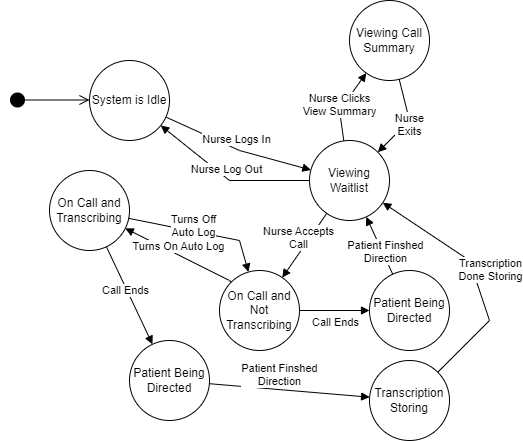
The draw.io diagram OliverWork/Milestone2/HotlineNurseStateDiagram.drawio.png in SENG-350-2024-fall/Team9, before a commit. Source tidied: cells renumbered, new cells last; positions are measured from the earlier drawing's top-left corner, leaving out a move shared by most shapes.
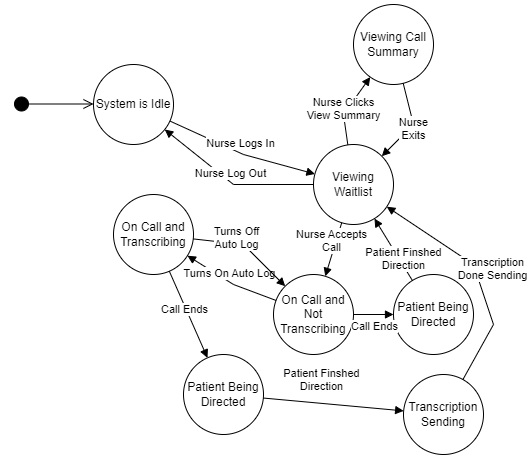
After the change.

Change to the diagram source:
```diff
@@ -23,13 +23,13 @@
       <mxGeometry x="300" y="140" width="80" height="80" as="geometry" />
     </mxCell>
     <mxCell id="6" value="On Call and Not Transcribing" style="ellipse;whiteSpace=wrap;html=1;" parent="1" vertex="1">
-      <mxGeometry x="210" y="270" width="80" height="80" as="geometry" />
+      <mxGeometry x="260" y="270" width="80" height="80" as="geometry" />
     </mxCell>
     <mxCell id="7" value="Nurse Accepts&lt;div&gt;Call&lt;/div&gt;" style="html=1;verticalAlign=bottom;endArrow=block;curved=0;rounded=0;" parent="1" edge="1" source="5" target="6">
       <mxGeometry x="0.25" relative="1" as="geometry" />
     </mxCell>
     <mxCell id="8" value="On Call and Transcribing" style="ellipse;whiteSpace=wrap;html=1;" parent="1" vertex="1">
-      <mxGeometry x="40" y="170" width="80" height="80" as="geometry" />
+      <mxGeometry x="100" y="190" width="80" height="80" as="geometry" />
     </mxCell>
     <mxCell id="9" value="Viewing Call Summary" style="ellipse;whiteSpace=wrap;html=1;" parent="1" vertex="1">
       <mxGeometry x="340" width="80" height="80" as="geometry" />
@@ -63,13 +63,13 @@
         <mxPoint x="-2" as="offset" />
       </mxGeometry>
     </mxCell>
-    <mxCell id="14" value="Transcription Storing" style="ellipse;whiteSpace=wrap;html=1;" parent="1" vertex="1">
-      <mxGeometry x="360" y="360" width="80" height="80" as="geometry" />
+    <mxCell id="14" value="Transcription Sending" style="ellipse;whiteSpace=wrap;html=1;" parent="1" vertex="1">
+      <mxGeometry x="390" y="370" width="80" height="80" as="geometry" />
     </mxCell>
     <mxCell id="15" value="Call Ends" style="html=1;verticalAlign=bottom;endArrow=block;curved=0;rounded=0;" parent="1" edge="1" source="8" target="20">
       <mxGeometry x="0.04" y="-5" relative="1" as="geometry" />
     </mxCell>
-    <mxCell id="16" value="Transcription&lt;div&gt;Done Storing&lt;/div&gt;" style="html=1;verticalAlign=bottom;endArrow=block;curved=0;rounded=0;" parent="1" edge="1" source="14" target="5">
+    <mxCell id="16" value="Transcription&lt;div&gt;Done Sending&lt;/div&gt;" style="html=1;verticalAlign=bottom;endArrow=block;curved=0;rounded=0;" parent="1" edge="1" source="14" target="5">
       <mxGeometry x="-0.12" y="-12" relative="1" as="geometry">
         <Array as="points">
           <mxPoint x="480" y="320" />
@@ -78,7 +78,7 @@
       </mxGeometry>
     </mxCell>
     <mxCell id="17" value="Patient Being Directed" style="ellipse;whiteSpace=wrap;html=1;" parent="1" vertex="1">
-      <mxGeometry x="360" y="270" width="80" height="80" as="geometry" />
+      <mxGeometry x="380" y="270" width="80" height="80" as="geometry" />
     </mxCell>
     <mxCell id="18" value="Call Ends" style="html=1;verticalAlign=bottom;endArrow=block;curved=0;rounded=0;" parent="1" edge="1" source="6" target="17">
       <mxGeometry x="0.04" y="-21" relative="1" as="geometry" />
@@ -87,10 +87,10 @@
       <mxGeometry x="-0.73" y="4" relative="1" as="geometry" />
     </mxCell>
     <mxCell id="20" value="Patient Being Directed" style="ellipse;whiteSpace=wrap;html=1;" parent="1" vertex="1">
-      <mxGeometry x="120" y="340" width="80" height="80" as="geometry" />
+      <mxGeometry x="170" y="350" width="80" height="80" as="geometry" />
     </mxCell>
     <mxCell id="21" value="Patient Finshed&lt;div&gt;Direction&lt;/div&gt;" style="html=1;verticalAlign=bottom;endArrow=block;curved=0;rounded=0;" parent="1" edge="1" source="20" target="14">
-      <mxGeometry x="-0.12" y="-1" relative="1" as="geometry" />
+      <mxGeometry x="-0.17" y="8" relative="1" as="geometry" />
     </mxCell>
     <mxCell id="22" style="html=1;verticalAlign=bottom;startArrow=circle;startFill=1;endArrow=open;startSize=6;endSize=8;curved=0;rounded=0;" parent="1" edge="1">
       <mxGeometry relative="1" as="geometry">
```
